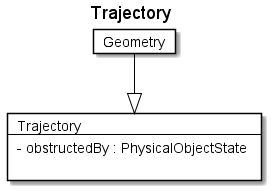
This is fragments/diagrams/Trajectory.png from rtigran/rdf2adoc, a PlantUML export, as it was before one commit. Its diagram source:
```plantuml
@startuml
Title Trajectory

Card Trajectory #fff [
Trajectory
----
- obstructedBy : PhysicalObjectState

]
Card Geometry #fff [
Geometry
]
Geometry --|> Trajectory  #000
@enduml
```
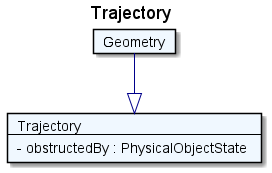
After the change.

The edit, as a diff of the source:
```diff
@@ -1,14 +1,13 @@
 @startuml
 Title Trajectory
 
-Card Trajectory #fff [
+Card Trajectory #F0F8FF [
 Trajectory
 ----
 - obstructedBy : PhysicalObjectState
-
 ]
-Card Geometry #fff [
+Card Geometry #F0F8FF [
 Geometry
 ]
-Geometry --|> Trajectory  #000
+Geometry --|> Trajectory  #00008B
 @enduml
```
